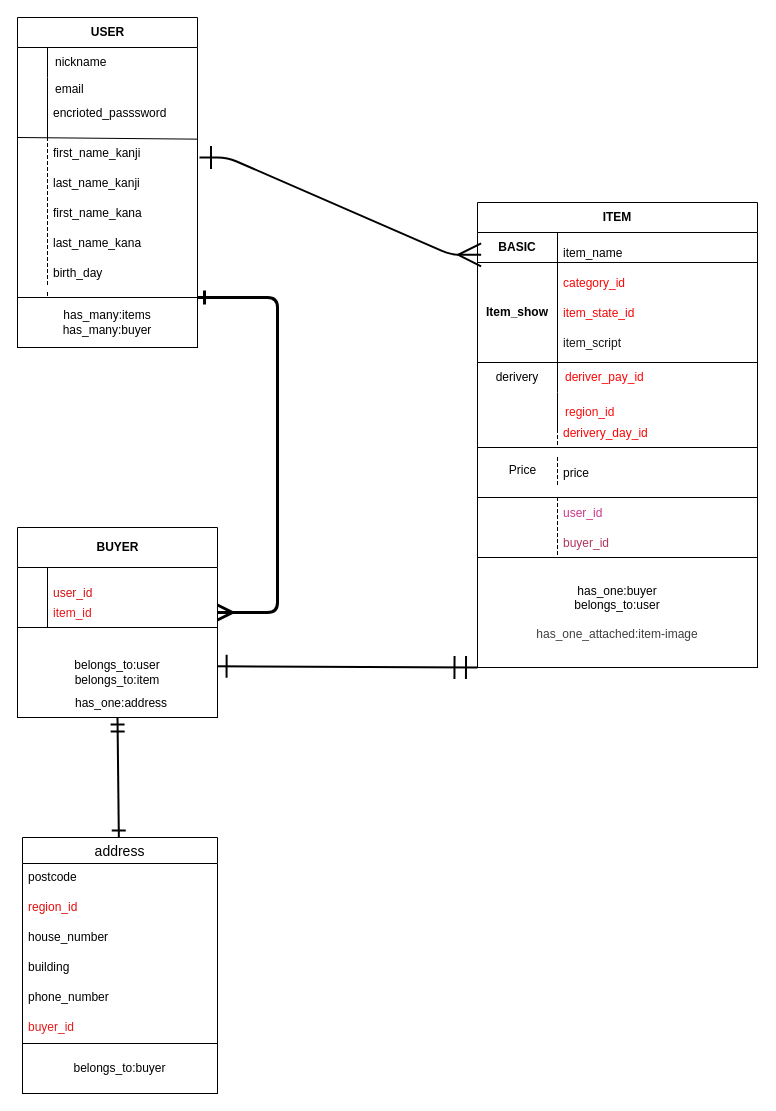
Tomoki-Fukasawa/furima-46200 keeps this draw.io diagram as furima-46200.dio. Above is the earlier version. Source tidied: cells renumbered, new cells numbered last; positions are measured from the earlier drawing's top-left corner, leaving out a move shared by most shapes. Both pictures are drawn from the tidied source at 100%, with x=0, y=0 at pixel (17, 17).
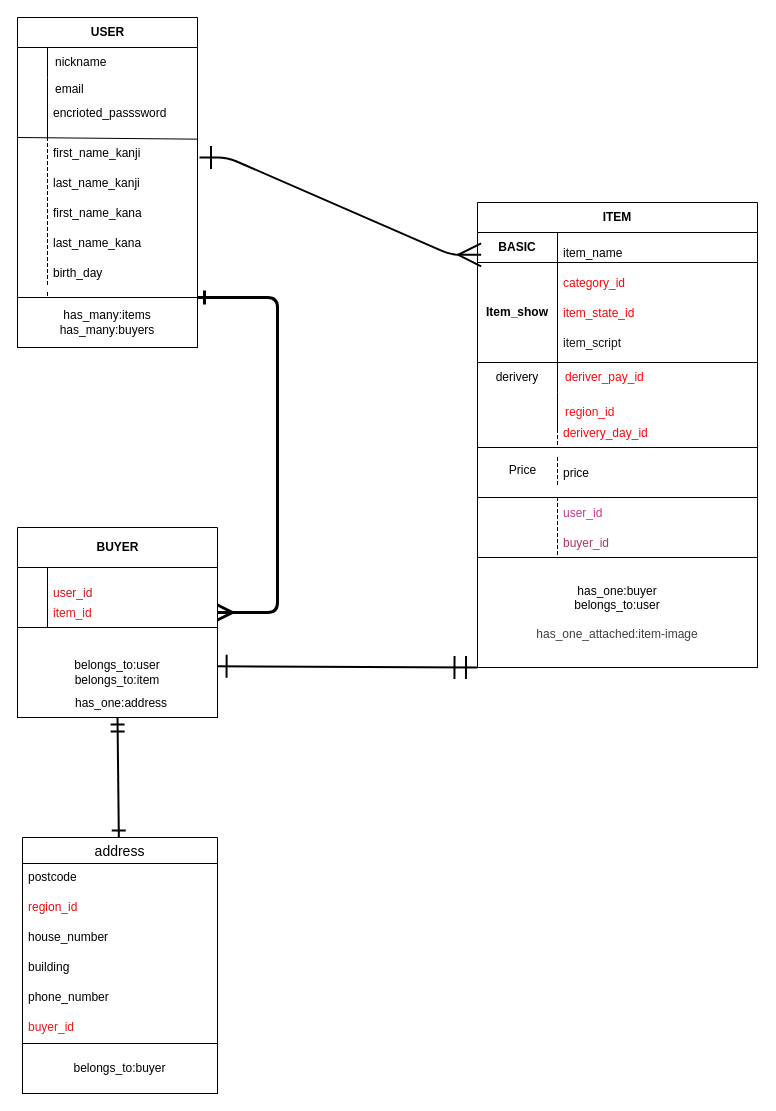
Above is the later version.

What changed in the source:
```diff
@@
-    <mxCell id="58" value="has_many:items&lt;div&gt;has_many:buyer&lt;/div&gt;" style="whiteSpace=wrap;html=1;align=center;" parent="1" vertex="1">
+    <mxCell id="58" value="has_many:items&lt;div&gt;has_many:buyers&lt;/div&gt;" style="whiteSpace=wrap;html=1;align=center;" parent="1" vertex="1">
       <mxGeometry y="280" width="180" height="50" as="geometry" />
     </mxCell>
```
